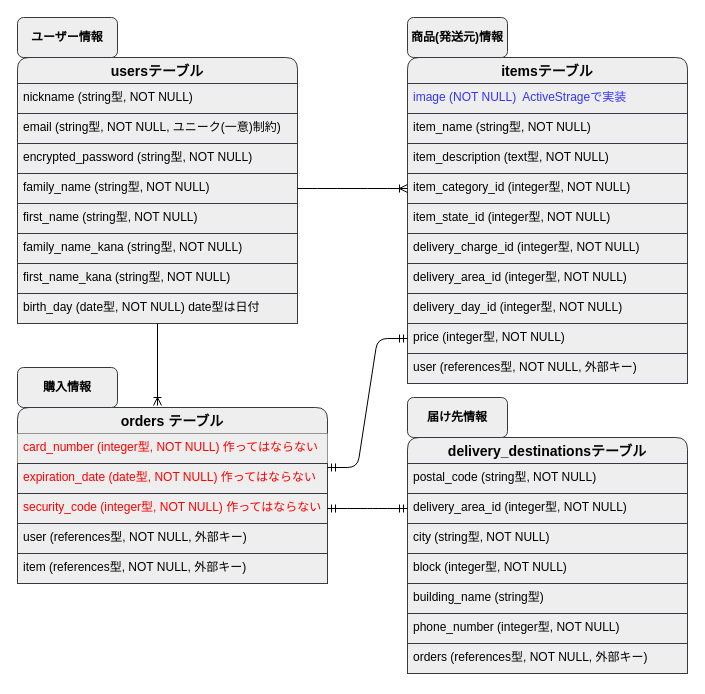
The draw.io diagram ER図.dio in yoshitarotsuda/furima-37166, before the edit. Source tidied: cells renumbered, new cells numbered last; positions are measured from the earlier drawing's top-left corner, leaving out a move shared by most shapes. Both pictures are drawn from the tidied source at 100%, with x=0, y=0 at pixel (17, 17).
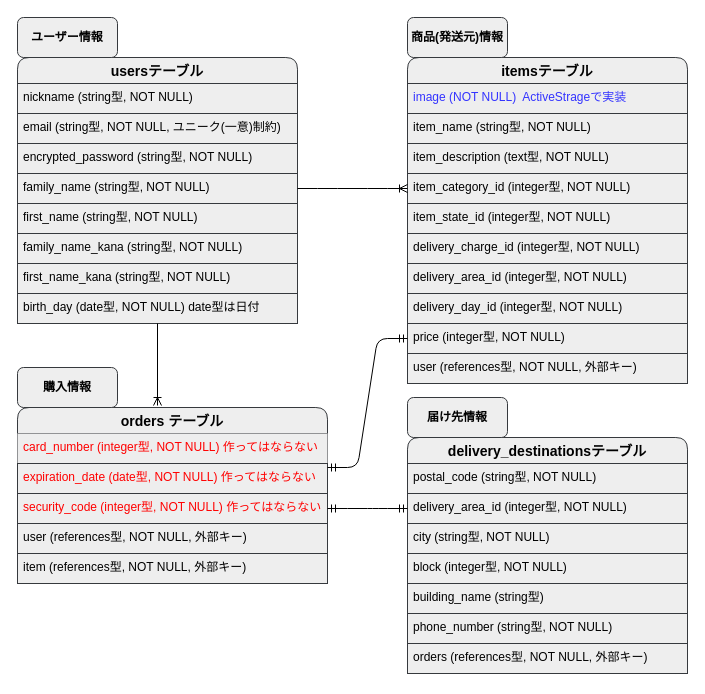
The same diagram, later.

Commit message (it also covers changes not shown here):
電話番号の型変更

Unchanged cells that the change refers to:
```xml
<mxCell id="30" value="delivery_destinationsテーブル" style="swimlane;fontStyle=1;horizontal=1;startSize=26;align=center;fontSize=14;rounded=1;labelBackgroundColor=none;fillColor=#eeeeee;strokeColor=#36393d;fontColor=#000000;" parent="1" vertex="1">
  <mxGeometry x="390" y="420" width="280" height="236" as="geometry" />
</mxCell>
```

Diff of the diagram source:
```diff
@@
-    <mxCell id="36" value="phone_number (integer型, NOT NULL)" style="text;strokeColor=#36393d;fillColor=#eeeeee;spacingLeft=4;spacingRight=4;overflow=hidden;fontSize=12;fontColor=#000000;" parent="30" vertex="1">
+    <mxCell id="36" value="phone_number (string型, NOT NULL)" style="text;strokeColor=#36393d;fillColor=#eeeeee;spacingLeft=4;spacingRight=4;overflow=hidden;fontSize=12;fontColor=#000000;" parent="30" vertex="1">
       <mxGeometry y="176" width="280" height="30" as="geometry" />
     </mxCell>
```
